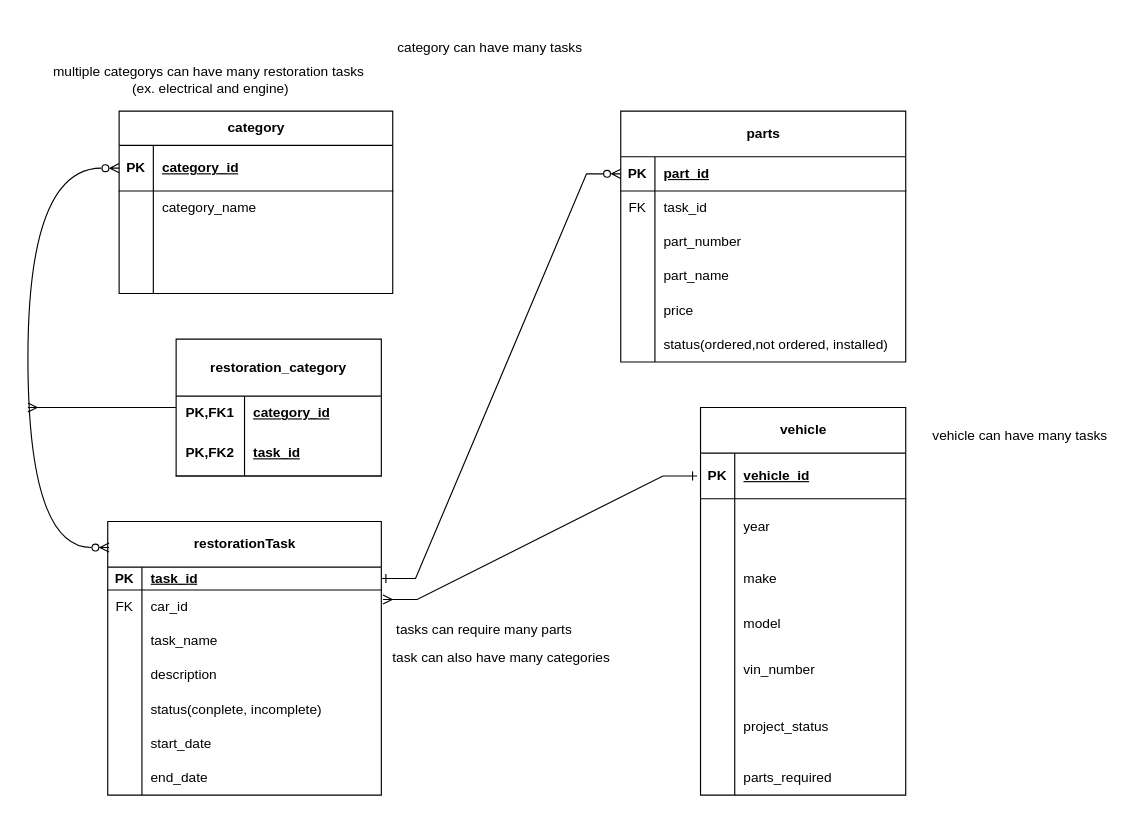
The draw.io diagram RestorationTrackErd.drawio in Bletsch22/ERD, before the edit. Source tidied: cells renumbered, new cells numbered last; positions are measured from the earlier drawing's top-left corner, leaving out a move shared by most shapes. Both pictures are drawn from the tidied source at 114%, with x=0, y=0 at pixel (27, 31).
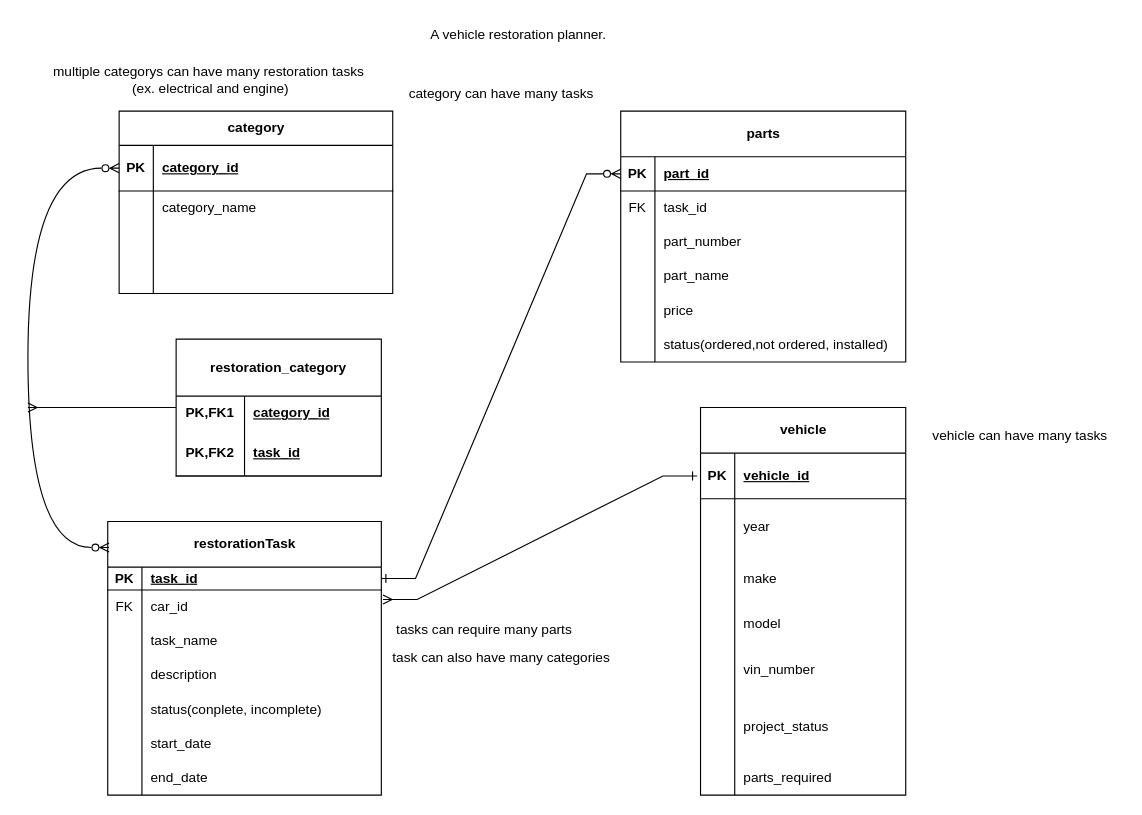
The same diagram, later.

The edit, as a diff of the source:
```diff
@@
     <mxCell id="92" value="category can have many tasks" style="text;html=1;align=center;verticalAlign=middle;strokeColor=none;fillColor=none;" parent="1" vertex="1">
-      <mxGeometry x="310" width="190" height="30" as="geometry" />
+      <mxGeometry x="320" y="40" width="190" height="30" as="geometry" />
     </mxCell>
@@
+    <mxCell id="94" value="A vehicle restoration planner.&lt;div&gt;&lt;br&gt;&lt;/div&gt;" style="text;html=1;align=center;verticalAlign=middle;strokeColor=none;fillColor=none;" parent="1" vertex="1">
+      <mxGeometry x="340" y="-10" width="180" height="40" as="geometry" />
+    </mxCell>
```
